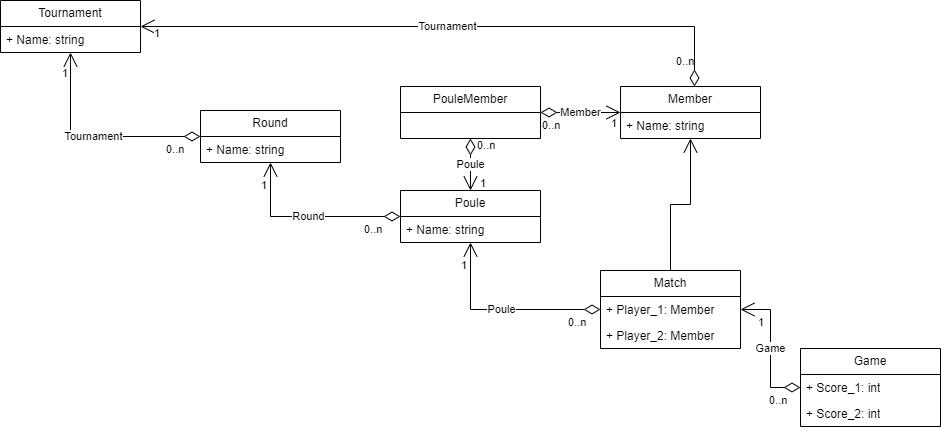
This is Designs/DataModel_v2.png from Jowindebondt/tournament-manager, a draw.io export, as it was before one commit. Source tidied: cells renumbered, new cells last; positions are measured from the earlier drawing's top-left corner, leaving out a move shared by most shapes.
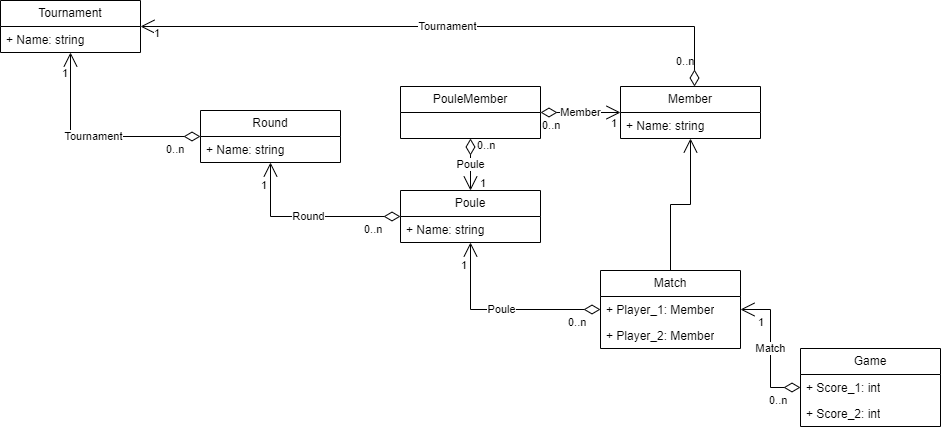
After the commit.

Commit message:
name correction

What changed in the source:
```diff
@@ -83,7 +83,7 @@
         <mxPoint x="-3" y="10" as="offset" />
       </mxGeometry>
     </mxCell>
-    <mxCell id="25" value="Game" style="endArrow=open;html=1;endSize=12;startArrow=diamondThin;startSize=14;startFill=0;edgeStyle=orthogonalEdgeStyle;rounded=0;" parent="1" edge="1" source="13" target="10">
+    <mxCell id="25" value="Match" style="endArrow=open;html=1;endSize=12;startArrow=diamondThin;startSize=14;startFill=0;edgeStyle=orthogonalEdgeStyle;rounded=0;" parent="1" edge="1" source="13" target="10">
       <mxGeometry relative="1" as="geometry" />
     </mxCell>
     <mxCell id="26" value="0..n" style="edgeLabel;html=1;align=left;verticalAlign=top;" parent="25" vertex="1">
```
